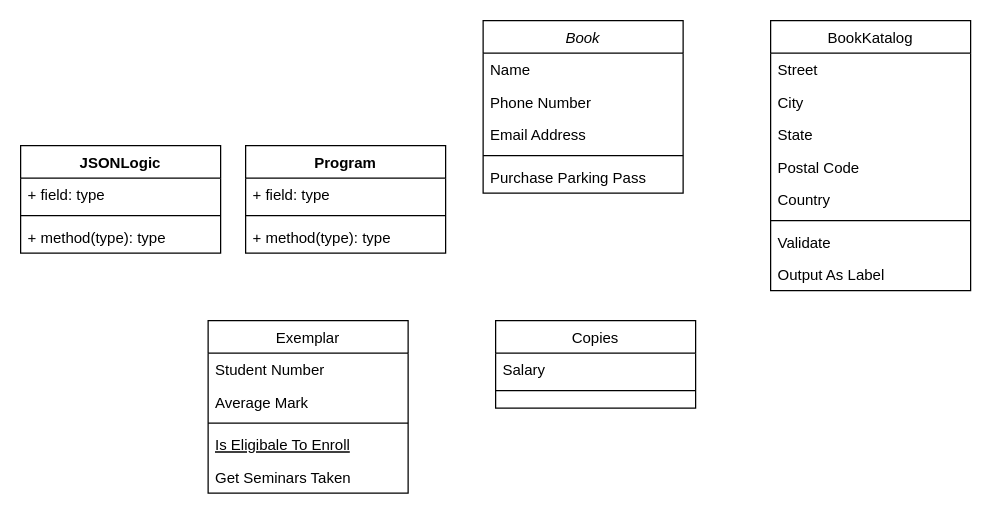
Before: Untitled Diagram.drawio in felwanew/Virtual-library, a draw.io diagram. Source tidied: cells renumbered, new cells numbered last; positions are measured from the earlier drawing's top-left corner, leaving out a move shared by most shapes. Both pictures are drawn from the tidied source at 125%, with x=0, y=0 at pixel (20, 20).
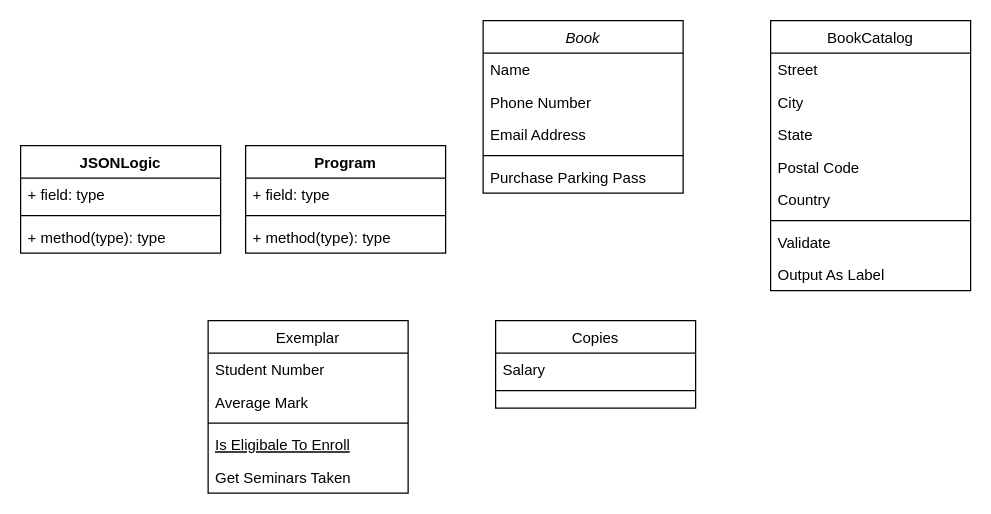
Above is the later version.

What changed in the source:
```diff
@@
-    <mxCell id="17" value="BookKatalog" style="swimlane;fontStyle=0;align=center;verticalAlign=top;horizontal=1;startSize=26;rounded=0;shadow=0;strokeWidth=1;" parent="1" vertex="1">
+    <mxCell id="17" value="BookCatalog" style="swimlane;fontStyle=0;align=center;verticalAlign=top;horizontal=1;startSize=26;rounded=0;shadow=0;strokeWidth=1;" parent="1" vertex="1">
       <mxGeometry x="600" width="160" height="216" as="geometry" />
     </mxCell>
```
